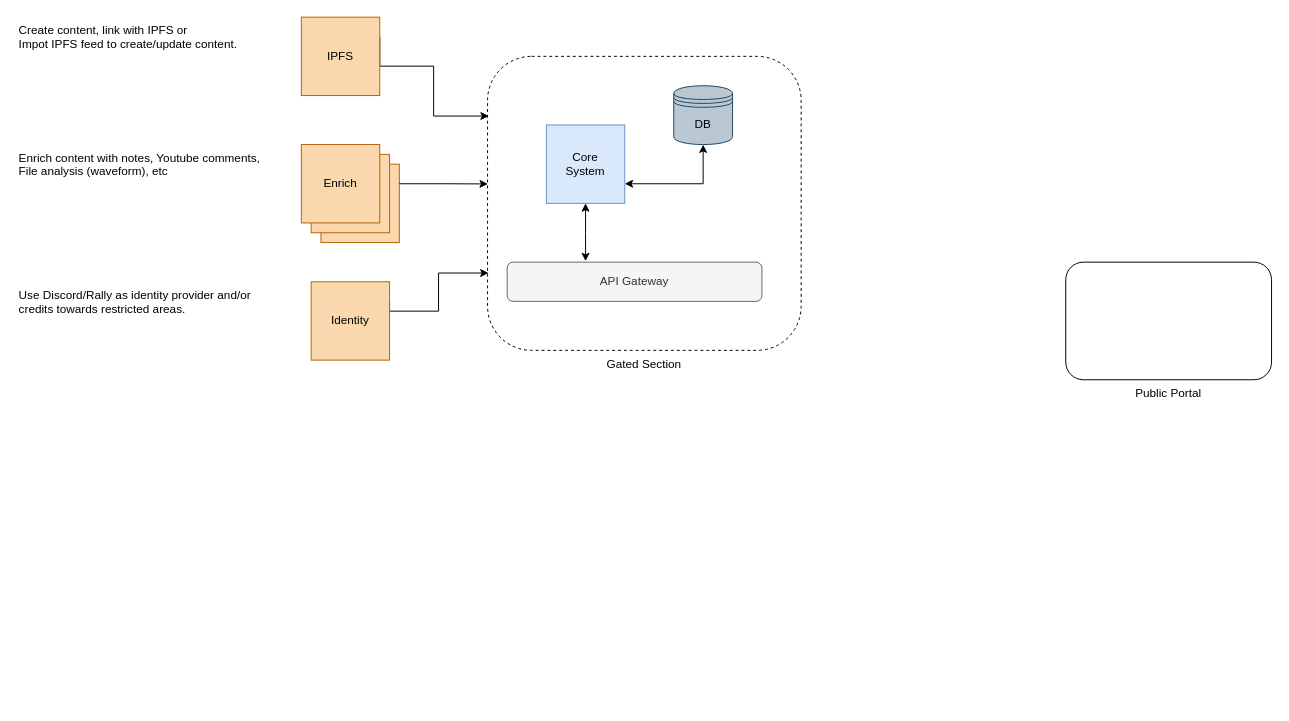
Earlier version of the draw.io diagram System Design.drawio (JohnCornegge/BenderFactory). Source tidied: cells renumbered, new cells numbered last; positions are measured from the earlier drawing's top-left corner, leaving out a move shared by most shapes. Both pictures are drawn from the tidied source at 98%, with x=0, y=0 at pixel (17, 17).
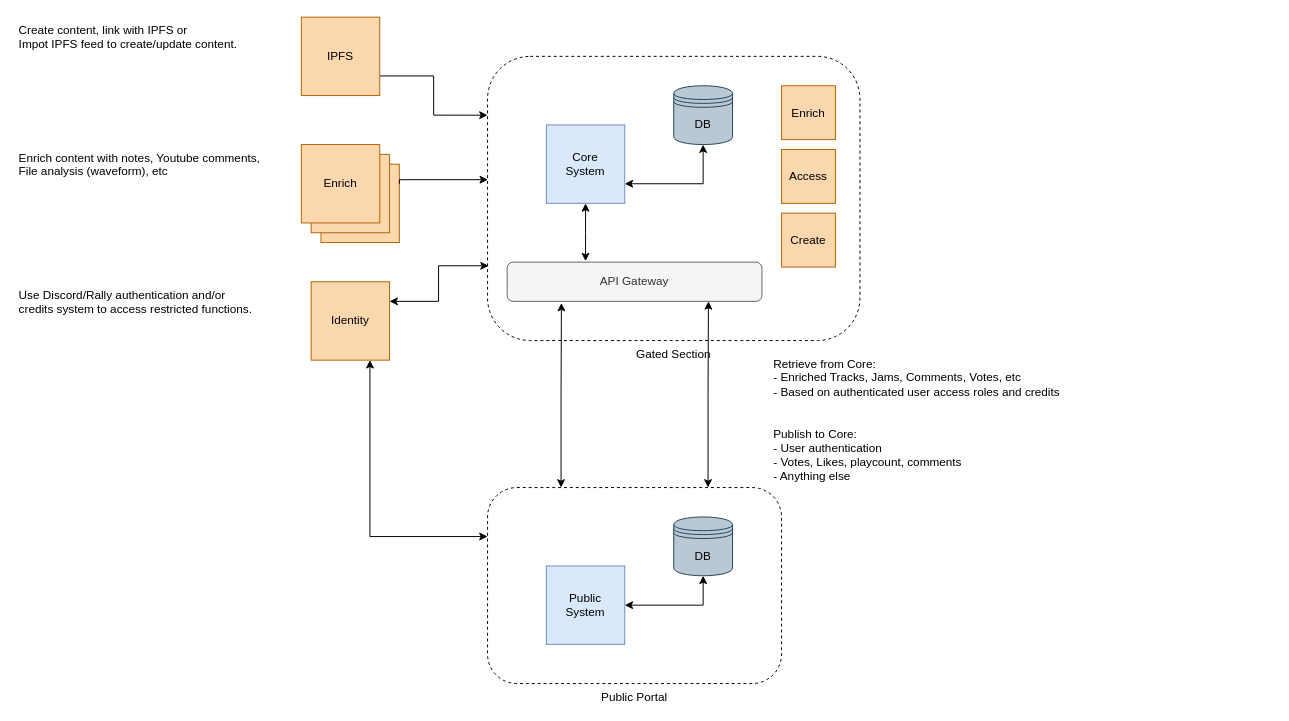
The same page after the edit.

Unchanged cells that the change refers to:
```xml
<mxCell id="8" value="API Gateway" style="rounded=1;whiteSpace=wrap;html=1;fillColor=#f5f5f5;strokeColor=#666666;fontColor=#333333;" parent="1" vertex="1">
  <mxGeometry x="500" y="250" width="260" height="40" as="geometry" />
</mxCell>
<mxCell id="10" value="IPFS" style="whiteSpace=wrap;html=1;fillColor=#fad7ac;strokeColor=#b46504;" parent="1" vertex="1">
  <mxGeometry x="290" width="80" height="80" as="geometry" />
</mxCell>
<mxCell id="12" style="whiteSpace=wrap;html=1;fillColor=#fad7ac;strokeColor=#b46504;" parent="11" vertex="1">
  <mxGeometry x="20" y="20" width="80" height="80" as="geometry" />
</mxCell>
<mxCell id="16" value="Identity" style="whiteSpace=wrap;html=1;fillColor=#fad7ac;strokeColor=#b46504;" parent="1" vertex="1">
  <mxGeometry x="300" y="270" width="80" height="80" as="geometry" />
</mxCell>
```

Diff of the diagram source:
```diff
@@
     <mxCell id="2" value="Gated Section" style="rounded=1;whiteSpace=wrap;html=1;labelPosition=center;verticalLabelPosition=bottom;align=center;verticalAlign=top;dashed=1;" parent="1" vertex="1">
-      <mxGeometry x="480" y="40" width="320" height="300" as="geometry" />
+      <mxGeometry x="480" y="40" width="380" height="290" as="geometry" />
     </mxCell>
+    <mxCell id="21" style="edgeStyle=orthogonalEdgeStyle;rounded=0;jettySize=auto;html=1;exitX=0.25;exitY=0;exitDx=0;exitDy=0;entryX=0.213;entryY=1.042;entryDx=0;entryDy=0;entryPerimeter=0;startArrow=classic;startFill=1;" parent="1" edge="1" source="3" target="8">
+      <mxGeometry relative="1" as="geometry" />
+    </mxCell>
+    <mxCell id="22" style="edgeStyle=orthogonalEdgeStyle;rounded=0;jettySize=auto;html=1;exitX=0.75;exitY=0;exitDx=0;exitDy=0;entryX=0.79;entryY=1;entryDx=0;entryDy=0;entryPerimeter=0;startArrow=classic;startFill=1;" parent="1" edge="1" source="3" target="8">
+      <mxGeometry relative="1" as="geometry" />
+    </mxCell>
-    <mxCell id="3" value="Public Portal" style="rounded=1;whiteSpace=wrap;html=1;labelPosition=center;verticalLabelPosition=bottom;align=center;verticalAlign=top;" parent="1" vertex="1">
-      <mxGeometry x="1070" y="250" width="210" height="120" as="geometry" />
+    <mxCell id="3" value="Public Portal" style="rounded=1;whiteSpace=wrap;html=1;labelPosition=center;verticalLabelPosition=bottom;align=center;verticalAlign=top;dashed=1;" parent="1" vertex="1">
+      <mxGeometry x="480" y="480" width="300" height="200" as="geometry" />
     </mxCell>
@@
-    <mxCell id="9" style="edgeStyle=orthogonalEdgeStyle;rounded=0;jettySize=auto;html=1;exitX=1;exitY=0.25;exitDx=0;exitDy=0;entryX=0.004;entryY=0.203;entryDx=0;entryDy=0;entryPerimeter=0;startArrow=none;startFill=0;" parent="1" edge="1" source="10" target="2">
-      <mxGeometry relative="1" as="geometry">
-        <Array as="points">
-          <mxPoint x="370" y="50" />
-          <mxPoint x="425" y="50" />
-          <mxPoint x="425" y="101" />
-        </Array>
-      </mxGeometry>
+    <mxCell id="9" style="edgeStyle=orthogonalEdgeStyle;rounded=0;jettySize=auto;html=1;exitX=1;exitY=0.75;exitDx=0;exitDy=0;entryX=0;entryY=0.207;entryDx=0;entryDy=0;entryPerimeter=0;startArrow=none;startFill=0;" parent="1" edge="1" source="10" target="2">
+      <mxGeometry relative="1" as="geometry" />
     </mxCell>
@@
-    <mxCell id="15" style="edgeStyle=orthogonalEdgeStyle;rounded=0;jettySize=auto;html=1;exitX=1;exitY=0.25;exitDx=0;exitDy=0;entryX=0.003;entryY=0.737;entryDx=0;entryDy=0;entryPerimeter=0;startArrow=none;startFill=0;" parent="1" edge="1" source="16" target="2">
+    <mxCell id="15" style="edgeStyle=orthogonalEdgeStyle;rounded=0;jettySize=auto;html=1;exitX=1;exitY=0.25;exitDx=0;exitDy=0;entryX=0.003;entryY=0.737;entryDx=0;entryDy=0;entryPerimeter=0;startArrow=classic;startFill=1;" parent="1" edge="1" source="16" target="2">
       <mxGeometry relative="1" as="geometry">
         <Array as="points">
-          <mxPoint x="380" y="300" />
-          <mxPoint x="430" y="300" />
-          <mxPoint x="430" y="261" />
+          <mxPoint x="430" y="290" />
+          <mxPoint x="430" y="254" />
+          <mxPoint x="481" y="254" />
         </Array>
       </mxGeometry>
     </mxCell>
+    <mxCell id="23" style="edgeStyle=orthogonalEdgeStyle;rounded=0;jettySize=auto;html=1;exitX=0.75;exitY=1;exitDx=0;exitDy=0;entryX=0;entryY=0.25;entryDx=0;entryDy=0;startArrow=classic;startFill=1;" parent="1" edge="1" source="16" target="3">
+      <mxGeometry relative="1" as="geometry" />
+    </mxCell>
@@
     <mxCell id="17" style="edgeStyle=orthogonalEdgeStyle;rounded=0;jettySize=auto;html=1;exitX=1;exitY=0.25;exitDx=0;exitDy=0;entryX=0.001;entryY=0.434;entryDx=0;entryDy=0;entryPerimeter=0;startArrow=none;startFill=0;" parent="1" edge="1" source="12" target="2">
-      <mxGeometry relative="1" as="geometry" />
+      <mxGeometry relative="1" as="geometry">
+        <Array as="points">
+          <mxPoint x="390" y="166" />
+        </Array>
+      </mxGeometry>
     </mxCell>
@@
-    <mxCell id="20" value="Use Discord/Rally as identity provider and/or credits towards restricted areas." style="text;html=1;strokeColor=none;fillColor=none;align=left;verticalAlign=top;whiteSpace=wrap;rounded=0;" parent="1" vertex="1">
-      <mxGeometry y="270" width="250" height="55" as="geometry" />
+    <mxCell id="20" value="&lt;div&gt;Retrieve from Core:&lt;/div&gt;&lt;div&gt;- Enriched Tracks, Jams, Comments, Votes, etc&lt;/div&gt;&lt;div&gt;- Based on authenticated user access roles and credits&lt;br&gt;&lt;/div&gt;&lt;div&gt;&lt;br&gt;&lt;/div&gt;&lt;div&gt;&lt;br&gt;&lt;/div&gt;&lt;div&gt;Publish to Core:&lt;/div&gt;&lt;div&gt;- User authentication&lt;br&gt;- Votes, Likes, playcount, comments&lt;/div&gt;&lt;div&gt;- Anything else&lt;br&gt;&lt;/div&gt;" style="text;html=1;strokeColor=none;fillColor=none;align=left;verticalAlign=top;whiteSpace=wrap;rounded=0;" parent="1" vertex="1">
+      <mxGeometry x="770" y="340" width="310" height="162" as="geometry" />
     </mxCell>
+    <mxCell id="24" style="edgeStyle=orthogonalEdgeStyle;rounded=0;jettySize=auto;html=1;entryX=0.5;entryY=1;entryDx=0;entryDy=0;startArrow=classic;startFill=1;" parent="1" edge="1" source="25" target="26">
+      <mxGeometry relative="1" as="geometry" />
+    </mxCell>
+    <mxCell id="25" value="&lt;div&gt;Public&lt;/div&gt;&lt;div&gt;System&lt;br&gt;&lt;/div&gt;" style="whiteSpace=wrap;html=1;fillColor=#dae8fc;strokeColor=#6c8ebf;" parent="1" vertex="1">
+      <mxGeometry x="540" y="560" width="80" height="80" as="geometry" />
+    </mxCell>
+    <mxCell id="26" value="DB" style="shape=datastore;whiteSpace=wrap;html=1;fillColor=#bac8d3;strokeColor=#23445d;" parent="1" vertex="1">
+      <mxGeometry x="670" y="510" width="60" height="60" as="geometry" />
+    </mxCell>
+    <mxCell id="27" value="Use Discord/Rally authentication and/or credits system to access restricted functions." style="text;html=1;strokeColor=none;fillColor=none;align=left;verticalAlign=top;whiteSpace=wrap;rounded=0;" parent="1" vertex="1">
+      <mxGeometry y="270" width="250" height="55" as="geometry" />
+    </mxCell>
+    <mxCell id="28" value="Access" style="whiteSpace=wrap;html=1;fillColor=#fad7ac;strokeColor=#b46504;" parent="1" vertex="1">
+      <mxGeometry x="780" y="135" width="55" height="55" as="geometry" />
+    </mxCell>
+    <mxCell id="29" value="Enrich" style="whiteSpace=wrap;html=1;fillColor=#fad7ac;strokeColor=#b46504;" parent="1" vertex="1">
+      <mxGeometry x="780" y="70" width="55" height="55" as="geometry" />
+    </mxCell>
+    <mxCell id="30" value="Create" style="whiteSpace=wrap;html=1;fillColor=#fad7ac;strokeColor=#b46504;" parent="1" vertex="1">
+      <mxGeometry x="780" y="200" width="55" height="55" as="geometry" />
+    </mxCell>
```
